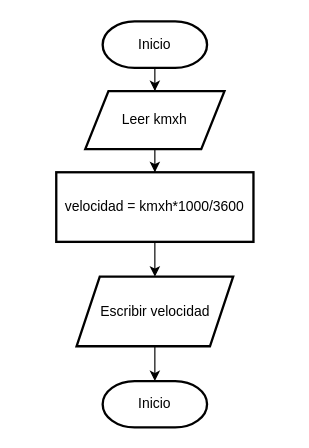
Earlier version of the draw.io diagram page "Page-1" (1 of 2) of Untitled Diagram.drawio (Theo-17/PRACTICA-1). Source tidied: cells renumbered, new cells numbered last; positions are measured from the earlier drawing's top-left corner, leaving out a move shared by most shapes. Both pictures are drawn from the tidied source at 116%, with x=0, y=0 at pixel (56, 21).
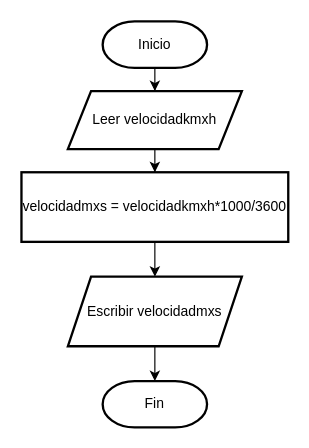
After the change.

The edit, as a diff of the source:
```diff
@@
 <mxGraphModel>
   <root>
     <mxCell id="0" />
     <mxCell id="1" parent="0" />
     <mxCell id="2" style="edgeStyle=orthogonalEdgeStyle;rounded=0;jettySize=auto;html=1;" parent="1" edge="1" source="3" target="5">
       <mxGeometry relative="1" as="geometry" />
     </mxCell>
     <mxCell id="3" value="Inicio" style="strokeWidth=2;html=1;shape=mxgraph.flowchart.terminator;whiteSpace=wrap;" parent="1" vertex="1">
       <mxGeometry x="40" width="90" height="40" as="geometry" />
     </mxCell>
     <mxCell id="4" style="edgeStyle=orthogonalEdgeStyle;rounded=0;jettySize=auto;html=1;" parent="1" edge="1" source="5" target="7">
       <mxGeometry relative="1" as="geometry" />
     </mxCell>
-    <mxCell id="5" value="Leer kmxh" style="shape=parallelogram;perimeter=parallelogramPerimeter;whiteSpace=wrap;html=1;fixedSize=1;strokeWidth=2;" parent="1" vertex="1">
-      <mxGeometry x="25" y="60" width="120" height="50" as="geometry" />
+    <mxCell id="5" value="Leer velocidadkmxh" style="shape=parallelogram;perimeter=parallelogramPerimeter;whiteSpace=wrap;html=1;fixedSize=1;strokeWidth=2;" parent="1" vertex="1">
+      <mxGeometry x="10" y="60" width="150" height="50" as="geometry" />
     </mxCell>
     <mxCell id="6" style="edgeStyle=orthogonalEdgeStyle;rounded=0;jettySize=auto;html=1;" parent="1" edge="1" source="7" target="9">
       <mxGeometry relative="1" as="geometry" />
     </mxCell>
-    <mxCell id="7" value="velocidad = kmxh*1000/3600" style="whiteSpace=wrap;html=1;strokeWidth=2;" parent="1" vertex="1">
-      <mxGeometry y="130" width="170" height="60" as="geometry" />
+    <mxCell id="7" value="velocidadmxs = velocidadkmxh*1000/3600" style="whiteSpace=wrap;html=1;strokeWidth=2;" parent="1" vertex="1">
+      <mxGeometry x="-30" y="130" width="230" height="60" as="geometry" />
     </mxCell>
     <mxCell id="8" style="edgeStyle=orthogonalEdgeStyle;rounded=0;jettySize=auto;html=1;" parent="1" edge="1" source="9" target="10">
       <mxGeometry relative="1" as="geometry" />
     </mxCell>
-    <mxCell id="9" value="Escribir velocidad" style="shape=parallelogram;perimeter=parallelogramPerimeter;whiteSpace=wrap;html=1;fixedSize=1;strokeWidth=2;" parent="1" vertex="1">
-      <mxGeometry x="17.5" y="220" width="135" height="60" as="geometry" />
+    <mxCell id="9" value="Escribir velocidadmxs" style="shape=parallelogram;perimeter=parallelogramPerimeter;whiteSpace=wrap;html=1;fixedSize=1;strokeWidth=2;" parent="1" vertex="1">
+      <mxGeometry x="10" y="220" width="150" height="60" as="geometry" />
     </mxCell>
-    <mxCell id="10" value="Inicio" style="strokeWidth=2;html=1;shape=mxgraph.flowchart.terminator;whiteSpace=wrap;" parent="1" vertex="1">
+    <mxCell id="10" value="Fin" style="strokeWidth=2;html=1;shape=mxgraph.flowchart.terminator;whiteSpace=wrap;" parent="1" vertex="1">
       <mxGeometry x="40" y="310" width="90" height="40" as="geometry" />
     </mxCell>
   </root>
 </mxGraphModel>
```
